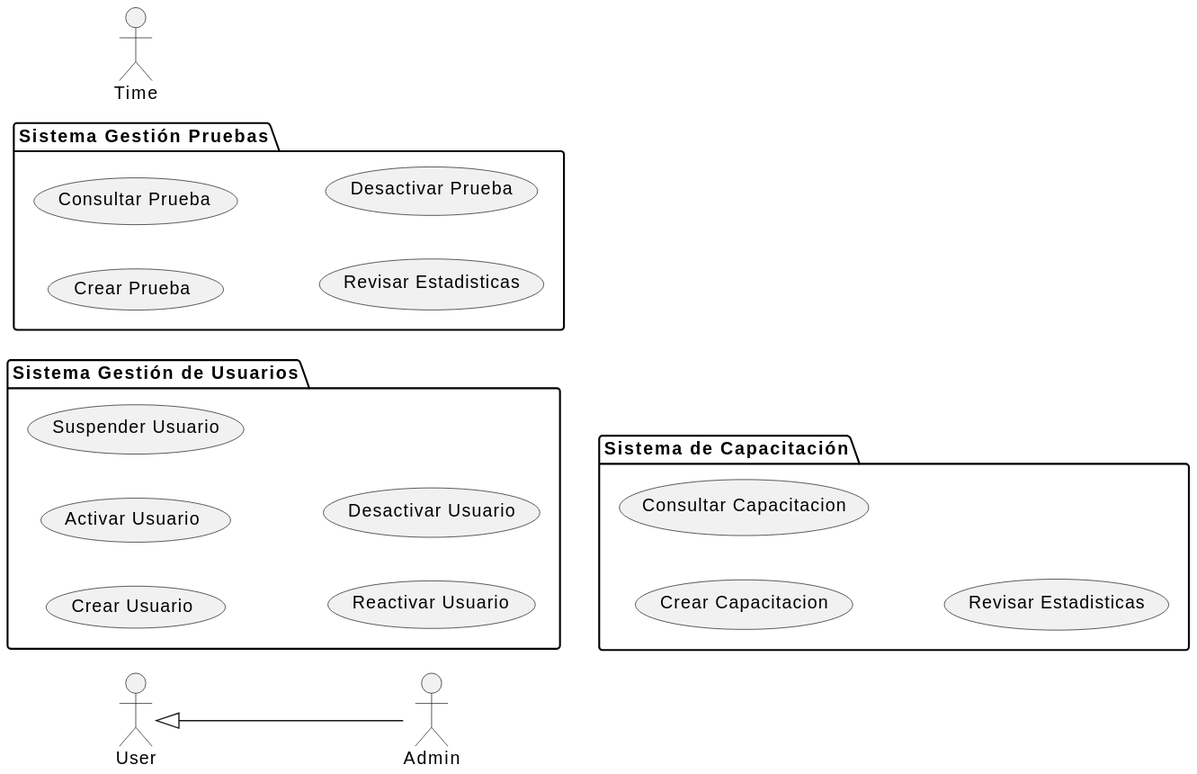
mmasias/24-25-IdSw1-SDR keeps this PlantUML diagram as documentos/imagenes/casos_de_uso/Casos_de_Uso_General.svg. Above is the earlier version. Source of this version:
```plantuml
@startuml
left to right direction

actor "User" as User
actor "Admin" as Admin
actor "Time" as Time
Admin -u-|> User


package "Sistema Gestión de Usuarios" {
    usecase "Crear Usuario" as UCU1
    usecase "Activar Usuario" as UCU2
    usecase "Suspender Usuario" as UCU3
    usecase "Reactivar Usuario" as UCU4
    usecase "Desactivar Usuario" as UCU5
}

package "Sistema Gestión Pruebas" {
    usecase "Crear Prueba" as UCU6
    usecase "Consultar Prueba" as UCU7
    usecase "Revisar Estadisticas" as UCU8
    usecase "Desactivar Prueba" as UCU9
}

package "Sistema de Capacitación" {
    usecase "Crear Capacitacion" as UCU10
    usecase "Consultar Capacitacion" as UCU11
    usecase "Revisar Estadisticas" as UCU12
}
@enduml
```
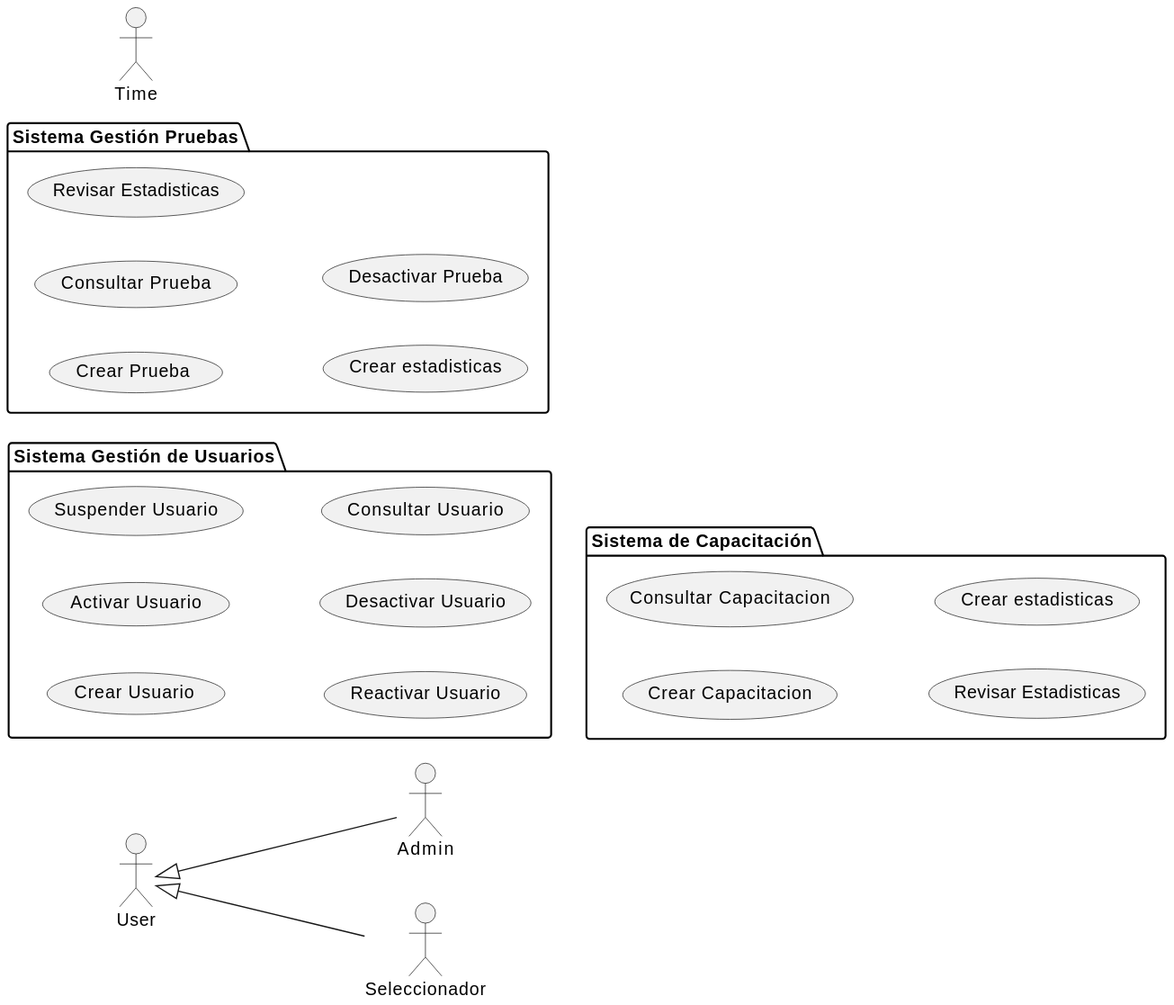
After the change.

Commit message:
actualizo el diagrama

The edit, as a diff of the source:
```diff
@@ -4,7 +4,9 @@
 actor "User" as User
 actor "Admin" as Admin
 actor "Time" as Time
+actor "Seleccionador" as Seleccionador
 Admin -u-|> User
+Seleccionador -u-|> User
 
 
 package "Sistema Gestión de Usuarios" {
@@ -13,18 +15,21 @@
     usecase "Suspender Usuario" as UCU3
     usecase "Reactivar Usuario" as UCU4
     usecase "Desactivar Usuario" as UCU5
+    usecase "Consultar Usuario" as UCU6
 }
 
 package "Sistema Gestión Pruebas" {
-    usecase "Crear Prueba" as UCU6
-    usecase "Consultar Prueba" as UCU7
-    usecase "Revisar Estadisticas" as UCU8
-    usecase "Desactivar Prueba" as UCU9
+    usecase "Crear Prueba" as UCU7
+    usecase "Consultar Prueba" as UCU8
+    usecase "Revisar Estadisticas" as UCU9
+    usecase "Crear estadisticas" as UCU10
+    usecase "Desactivar Prueba" as UCU11
 }
 
 package "Sistema de Capacitación" {
-    usecase "Crear Capacitacion" as UCU10
-    usecase "Consultar Capacitacion" as UCU11
-    usecase "Revisar Estadisticas" as UCU12
+    usecase "Crear Capacitacion" as UCU12
+    usecase "Consultar Capacitacion" as UCU13
+    usecase "Revisar Estadisticas" as UCU14
+    usecase "Crear estadisticas" as UCU15
 }
 @enduml
```
